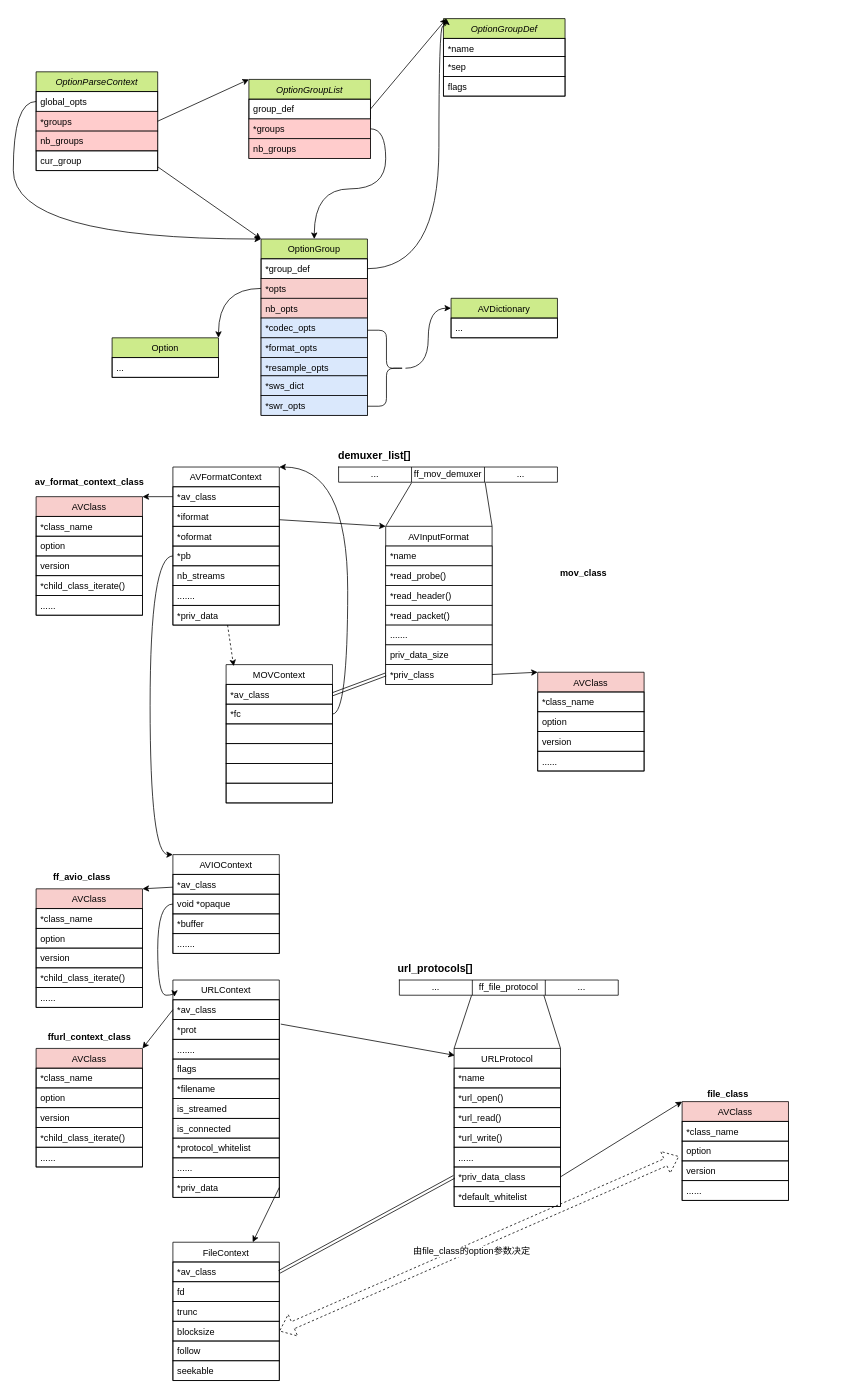
This is ffmpeg.drawio from qiaoshouxing/draw.io, a draw.io file, before an edit. Source tidied: cells renumbered, new cells numbered last; positions are measured from the earlier drawing's top-left corner, leaving out a move shared by most shapes. Both pictures are drawn from the tidied source at 76%, with x=0, y=0 at pixel (13, 18).
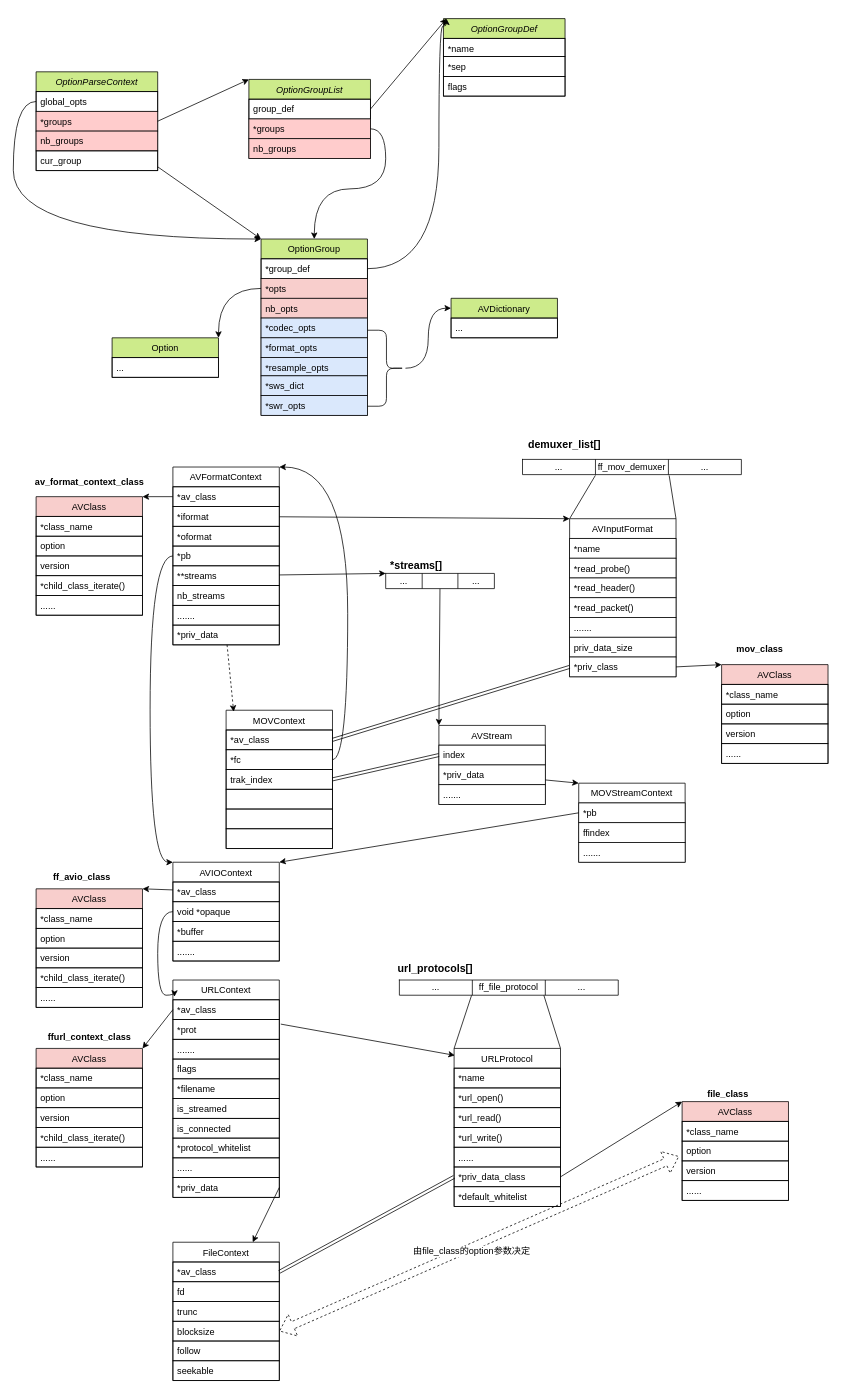
The same diagram, later.

Unchanged cells that the change refers to:
```xml
<mxCell id="37" value="URLContext" style="swimlane;fontStyle=0;horizontal=1;startSize=26;fillColor=none;" parent="1" vertex="1">
  <mxGeometry x="210" y="1265" width="140" height="286" as="geometry" />
</mxCell>
<mxCell id="66" value="void *opaque" style="text;fillColor=none;align=left;verticalAlign=top;spacingLeft=4;spacingRight=4;overflow=hidden;points=[[0,0.5],[1,0.5]];portConstraint=eastwest;strokeColor=#000000;" parent="64" vertex="1">
  <mxGeometry y="52" width="140" height="26" as="geometry" />
</mxCell>
<mxCell id="83" value="*pb" style="text;fillColor=none;align=left;verticalAlign=top;spacingLeft=4;spacingRight=4;overflow=hidden;points=[[0,0.5],[1,0.5]];portConstraint=eastwest;strokeColor=#000000;" parent="79" vertex="1">
  <mxGeometry y="104" width="140" height="26" as="geometry" />
</mxCell>
<mxCell id="149" value="*fc" style="text;fillColor=none;align=left;verticalAlign=top;spacingLeft=4;spacingRight=4;overflow=hidden;points=[[0,0.5],[1,0.5]];portConstraint=eastwest;strokeColor=#000000;" parent="147" vertex="1">
  <mxGeometry y="52" width="140" height="26" as="geometry" />
</mxCell>
```

What changed in the source:
```diff
@@
     <mxCell id="64" value="AVIOContext" style="swimlane;fontStyle=0;horizontal=1;startSize=26;fillColor=none;" parent="1" vertex="1">
-      <mxGeometry x="210" y="1100" width="140" height="130" as="geometry" />
+      <mxGeometry x="210" y="1110" width="140" height="130" as="geometry" />
     </mxCell>
@@
     <mxCell id="69" style="edgeStyle=orthogonalEdgeStyle;rounded=0;jettySize=auto;html=1;entryX=0.014;entryY=0.077;entryDx=0;entryDy=0;entryPerimeter=0;exitX=0;exitY=0.5;exitDx=0;exitDy=0;curved=1;" parent="1" edge="1" source="66" target="37">
       <mxGeometry relative="1" as="geometry">
         <Array as="points">
-          <mxPoint x="190" y="1165" />
+          <mxPoint x="190" y="1175" />
           <mxPoint x="190" y="1285" />
+          <mxPoint x="212" y="1285" />
         </Array>
       </mxGeometry>
     </mxCell>
@@
     <mxCell id="79" value="AVFormatContext" style="swimlane;fontStyle=0;horizontal=1;startSize=26;fillColor=none;" parent="1" vertex="1">
-      <mxGeometry x="210" y="590" width="140" height="208" as="geometry" />
+      <mxGeometry x="210" y="590" width="140" height="234" as="geometry" />
     </mxCell>
@@
+    <mxCell id="156" value="**streams" style="text;fillColor=none;align=left;verticalAlign=top;spacingLeft=4;spacingRight=4;overflow=hidden;points=[[0,0.5],[1,0.5]];portConstraint=eastwest;strokeColor=#000000;" parent="79" vertex="1">
+      <mxGeometry y="130" width="140" height="26" as="geometry" />
+    </mxCell>
     <mxCell id="84" value="nb_streams" style="text;fillColor=none;align=left;verticalAlign=top;spacingLeft=4;spacingRight=4;overflow=hidden;strokeColor=#000000;" parent="79" vertex="1">
-      <mxGeometry y="130" width="140" height="26" as="geometry" />
+      <mxGeometry y="156" width="140" height="26" as="geometry" />
     </mxCell>
     <mxCell id="85" value="......." style="text;fillColor=none;align=left;verticalAlign=top;spacingLeft=4;spacingRight=4;overflow=hidden;strokeColor=#000000;" parent="79" vertex="1">
-      <mxGeometry y="156" width="140" height="26" as="geometry" />
+      <mxGeometry y="182" width="140" height="26" as="geometry" />
     </mxCell>
     <mxCell id="86" value="*priv_data" style="text;fillColor=none;align=left;verticalAlign=top;spacingLeft=4;spacingRight=4;overflow=hidden;points=[[0,0.5],[1,0.5]];portConstraint=eastwest;strokeColor=#000000;" parent="79" vertex="1">
-      <mxGeometry y="182" width="140" height="26" as="geometry" />
+      <mxGeometry y="208" width="140" height="26" as="geometry" />
     </mxCell>
     <mxCell id="87" style="edgeStyle=orthogonalEdgeStyle;rounded=0;jettySize=auto;html=1;entryX=0;entryY=0;entryDx=0;entryDy=0;exitX=0;exitY=0.5;exitDx=0;exitDy=0;curved=1;" parent="1" edge="1" source="83" target="64">
       <mxGeometry relative="1" as="geometry">
         <Array as="points">
           <mxPoint x="180" y="707" />
-          <mxPoint x="180" y="1100" />
+          <mxPoint x="180" y="1110" />
         </Array>
       </mxGeometry>
     </mxCell>
     <mxCell id="88" value="AVInputFormat" style="swimlane;fontStyle=0;horizontal=1;startSize=26;" parent="1" vertex="1">
-      <mxGeometry x="490" y="668" width="140" height="208" as="geometry" />
+      <mxGeometry x="732" y="658" width="140" height="208" as="geometry" />
     </mxCell>
@@
     <mxCell id="97" value="AVClass" style="swimlane;fontStyle=0;horizontal=1;startSize=26;fillColor=#f8cecc;" parent="1" vertex="1">
-      <mxGeometry x="690" y="860" width="140" height="130" as="geometry" />
+      <mxGeometry x="932" y="850" width="140" height="130" as="geometry" />
     </mxCell>
@@
     <mxCell id="112" style="shape=table;html=1;whiteSpace=wrap;startSize=0;childLayout=tableLayout;fillColor=#ffffff;" parent="1" vertex="1">
-      <mxGeometry x="428" y="590" width="288" height="20" as="geometry" />
+      <mxGeometry x="670" y="580" width="288" height="20" as="geometry" />
     </mxCell>
@@
     <mxCell id="117" value="demuxer_list[]" style="text;html=1;align=center;verticalAlign=middle;fontStyle=1;fontSize=14;" parent="1" vertex="1">
-      <mxGeometry x="420" y="565" width="110" height="20" as="geometry" />
+      <mxGeometry x="670" y="550" width="110" height="20" as="geometry" />
     </mxCell>
@@
     <mxCell id="126" value="mov_class" style="text;html=1;align=center;verticalAlign=middle;fontSize=12;fontStyle=1;" parent="1" vertex="1">
-      <mxGeometry x="710" y="720" width="80" height="20" as="geometry" />
+      <mxGeometry x="942" y="820" width="80" height="20" as="geometry" />
     </mxCell>
@@
     <mxCell id="147" value="MOVContext" style="swimlane;fontStyle=0;horizontal=1;startSize=26;fillColor=none;" parent="1" vertex="1">
-      <mxGeometry x="280" y="850" width="140" height="182" as="geometry" />
+      <mxGeometry x="280" y="910" width="140" height="182" as="geometry" />
     </mxCell>
@@
-    <mxCell id="150" style="text;fillColor=none;align=left;verticalAlign=top;spacingLeft=4;spacingRight=4;overflow=hidden;points=[[0,0.5],[1,0.5]];portConstraint=eastwest;strokeColor=#000000;" parent="147" vertex="1">
+    <mxCell id="150" value="trak_index" style="text;fillColor=none;align=left;verticalAlign=top;spacingLeft=4;spacingRight=4;overflow=hidden;points=[[0,0.5],[1,0.5]];portConstraint=eastwest;strokeColor=#000000;" parent="147" vertex="1">
       <mxGeometry y="78" width="140" height="26" as="geometry" />
     </mxCell>
@@
     <mxCell id="155" style="edgeStyle=orthogonalEdgeStyle;rounded=0;jettySize=auto;html=1;entryX=1;entryY=0;entryDx=0;entryDy=0;startArrow=none;startFill=0;endArrow=classic;endFill=1;strokeColor=#000000;fontSize=12;curved=1;exitX=1;exitY=0.5;exitDx=0;exitDy=0;" parent="1" edge="1" source="149" target="79">
       <mxGeometry relative="1" as="geometry">
         <Array as="points">
-          <mxPoint x="440" y="915" />
+          <mxPoint x="440" y="975" />
           <mxPoint x="440" y="590" />
         </Array>
       </mxGeometry>
     </mxCell>
+    <mxCell id="157" style="edgeStyle=none;rounded=0;jettySize=auto;html=1;entryX=0;entryY=0;entryDx=0;entryDy=0;startArrow=none;startFill=0;endArrow=classic;endFill=1;strokeColor=#000000;strokeWidth=1;fontSize=12;" parent="1" edge="1" source="158" target="164">
+      <mxGeometry relative="1" as="geometry" />
+    </mxCell>
+    <mxCell id="158" style="shape=table;html=1;whiteSpace=wrap;startSize=0;childLayout=tableLayout;fillColor=#ffffff;" parent="1" vertex="1">
+      <mxGeometry x="490" y="730" width="143" height="20" as="geometry" />
+    </mxCell>
+    <mxCell id="159" style="shape=partialRectangle;html=1;whiteSpace=wrap;fillColor=none;top=0;left=0;bottom=0;right=0;points=[[0,0.5],[1,0.5]];portConstraint=eastwest;" parent="158" vertex="1">
+      <mxGeometry width="143" height="20" as="geometry" />
+    </mxCell>
+    <mxCell id="160" value="&lt;span&gt;...&lt;/span&gt;" style="shape=partialRectangle;html=1;whiteSpace=wrap;fillColor=none;top=0;left=0;bottom=0;right=0;overflow=hidden;" parent="159" vertex="1">
+      <mxGeometry width="48" height="20" as="geometry" />
+    </mxCell>
+    <mxCell id="161" style="shape=partialRectangle;html=1;whiteSpace=wrap;fillColor=none;top=0;left=0;bottom=0;right=0;overflow=hidden;" parent="159" vertex="1">
+      <mxGeometry x="48" width="47" height="20" as="geometry" />
+    </mxCell>
+    <mxCell id="162" value="..." style="shape=partialRectangle;html=1;whiteSpace=wrap;fillColor=none;top=0;left=0;bottom=0;right=0;overflow=hidden;" parent="159" vertex="1">
+      <mxGeometry x="95" width="48" height="20" as="geometry" />
+    </mxCell>
+    <mxCell id="163" value="*streams[]" style="text;html=1;align=center;verticalAlign=middle;fontStyle=1;fontSize=14;" parent="1" vertex="1">
+      <mxGeometry x="490" y="710" width="80" height="20" as="geometry" />
+    </mxCell>
+    <mxCell id="164" value="AVStream" style="swimlane;fontStyle=0;horizontal=1;startSize=26;" parent="1" vertex="1">
+      <mxGeometry x="560" y="930" width="140" height="104" as="geometry" />
+    </mxCell>
+    <mxCell id="165" value="index" style="text;align=left;verticalAlign=top;spacingLeft=4;spacingRight=4;overflow=hidden;points=[[0,0.5],[1,0.5]];portConstraint=eastwest;fillColor=#ffffff;strokeColor=#000000;" parent="164" vertex="1">
+      <mxGeometry y="26" width="140" height="26" as="geometry" />
+    </mxCell>
+    <mxCell id="166" value="*priv_data" style="text;align=left;verticalAlign=top;spacingLeft=4;spacingRight=4;overflow=hidden;points=[[0,0.5],[1,0.5]];portConstraint=eastwest;fillColor=#ffffff;strokeColor=#000000;" parent="164" vertex="1">
+      <mxGeometry y="52" width="140" height="26" as="geometry" />
+    </mxCell>
+    <mxCell id="167" value="......." style="text;align=left;verticalAlign=top;spacingLeft=4;spacingRight=4;overflow=hidden;fillColor=#ffffff;strokeColor=#000000;" parent="164" vertex="1">
+      <mxGeometry y="78" width="140" height="26" as="geometry" />
+    </mxCell>
+    <mxCell id="168" style="edgeStyle=none;rounded=0;jettySize=auto;html=1;entryX=0;entryY=0;entryDx=0;entryDy=0;entryPerimeter=0;startArrow=none;startFill=0;endArrow=classic;endFill=1;strokeColor=#000000;strokeWidth=1;fontSize=12;" parent="1" edge="1" source="156" target="159">
+      <mxGeometry relative="1" as="geometry" />
+    </mxCell>
+    <mxCell id="169" value="MOVStreamContext" style="swimlane;fontStyle=0;horizontal=1;startSize=26;" parent="1" vertex="1">
+      <mxGeometry x="744" y="1006" width="140" height="104" as="geometry" />
+    </mxCell>
+    <mxCell id="170" value="*pb" style="text;align=left;verticalAlign=top;spacingLeft=4;spacingRight=4;overflow=hidden;points=[[0,0.5],[1,0.5]];portConstraint=eastwest;fillColor=#ffffff;strokeColor=#000000;" parent="169" vertex="1">
+      <mxGeometry y="26" width="140" height="26" as="geometry" />
+    </mxCell>
+    <mxCell id="171" value="ffindex" style="text;align=left;verticalAlign=top;spacingLeft=4;spacingRight=4;overflow=hidden;fillColor=#ffffff;strokeColor=#000000;" parent="169" vertex="1">
+      <mxGeometry y="52" width="140" height="26" as="geometry" />
+    </mxCell>
+    <mxCell id="172" value="......." style="text;align=left;verticalAlign=top;spacingLeft=4;spacingRight=4;overflow=hidden;fillColor=#ffffff;strokeColor=#000000;" parent="169" vertex="1">
+      <mxGeometry y="78" width="140" height="26" as="geometry" />
+    </mxCell>
+    <mxCell id="173" style="edgeStyle=none;rounded=0;jettySize=auto;html=1;entryX=0;entryY=0;entryDx=0;entryDy=0;startArrow=none;startFill=0;endArrow=classic;endFill=1;strokeColor=#000000;strokeWidth=1;fontSize=12;" parent="1" edge="1" source="166" target="169">
+      <mxGeometry relative="1" as="geometry" />
+    </mxCell>
+    <mxCell id="174" style="edgeStyle=none;rounded=0;jettySize=auto;html=1;entryX=1;entryY=0;entryDx=0;entryDy=0;startArrow=none;startFill=0;endArrow=classic;endFill=1;strokeColor=#000000;strokeWidth=1;fontSize=12;exitX=0;exitY=0.5;exitDx=0;exitDy=0;" parent="1" edge="1" source="170" target="64">
+      <mxGeometry relative="1" as="geometry" />
+    </mxCell>
+    <mxCell id="175" style="edgeStyle=none;rounded=0;jettySize=auto;html=1;entryX=0;entryY=0.5;entryDx=0;entryDy=0;startArrow=none;startFill=0;endArrow=classic;endFill=1;strokeColor=#000000;strokeWidth=1;fontSize=12;shape=link;exitX=1;exitY=0.5;exitDx=0;exitDy=0;" parent="1" edge="1" source="150" target="165">
+      <mxGeometry relative="1" as="geometry" />
+    </mxCell>
```
